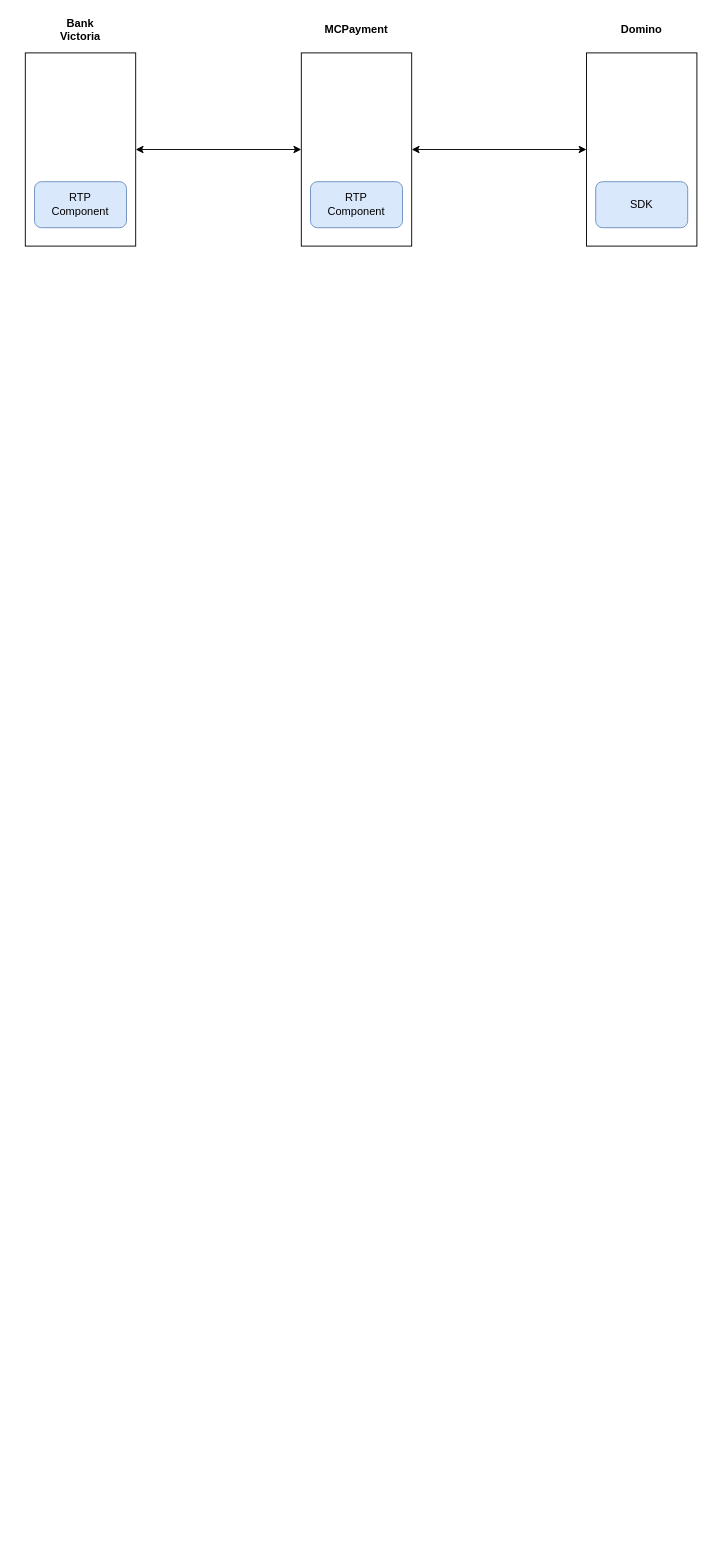
The draw.io diagram victoria-mcp.drawio in stephendaniel31/draw.io, before the edit. Source tidied: cells renumbered, new cells numbered last; positions are measured from the earlier drawing's top-left corner, leaving out a move shared by most shapes. Both pictures are drawn from the tidied source at 92%, with x=0, y=0 at pixel (25, 16).
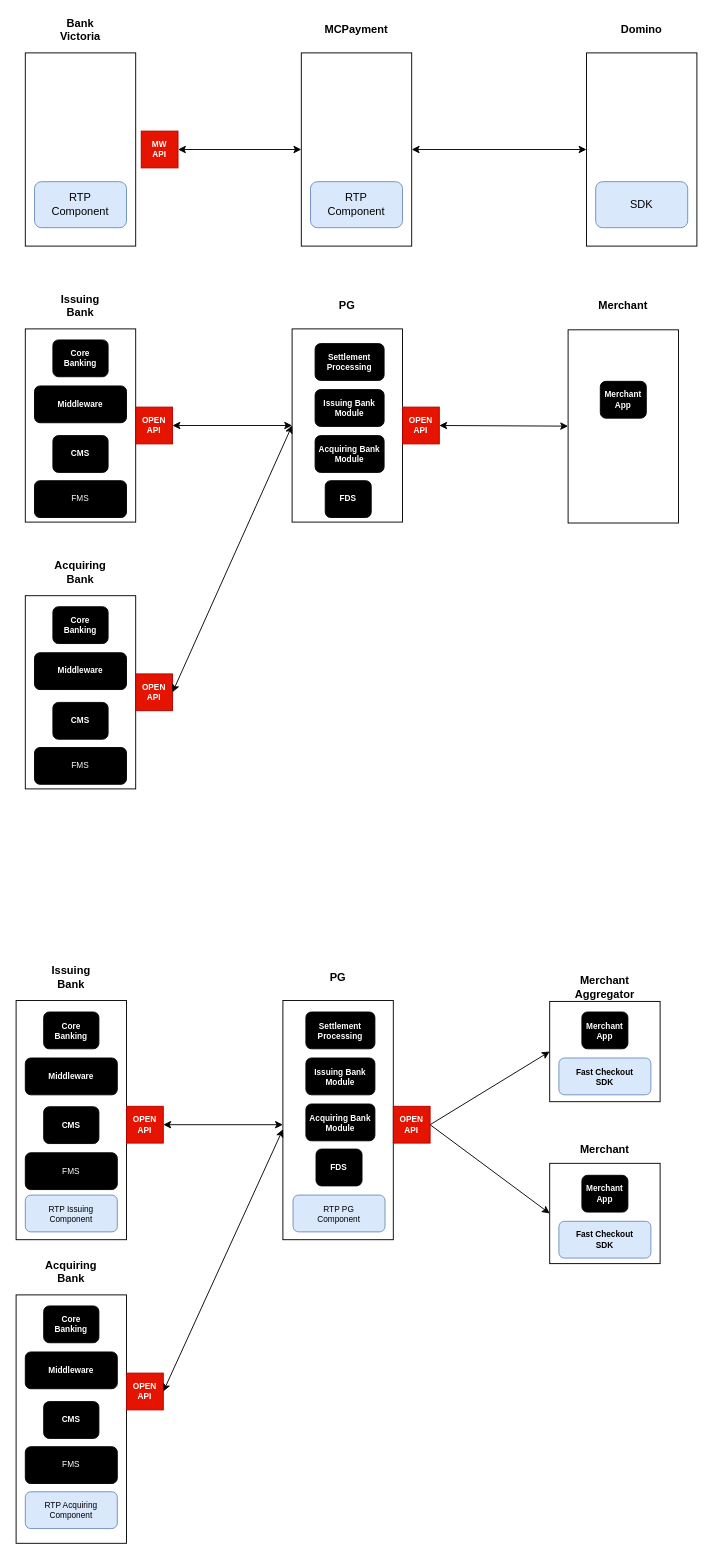
The same diagram, later.

Unchanged cells that the change refers to:
```xml
<mxCell id="2" style="rounded=0;whiteSpace=wrap;html=1;" parent="1" vertex="1">
  <mxGeometry y="40" width="120" height="210" as="geometry" />
</mxCell>
<mxCell id="4" style="rounded=0;whiteSpace=wrap;html=1;" parent="1" vertex="1">
  <mxGeometry x="300" y="40" width="120" height="210" as="geometry" />
</mxCell>
```

Change to the diagram source:
```diff
@@
-    <mxCell id="11" style="endArrow=classic;startArrow=classic;html=1;rounded=0;exitX=1;exitY=0.5;exitDx=0;exitDy=0;entryX=0;entryY=0.5;entryDx=0;entryDy=0;" parent="1" edge="1" source="2" target="4">
+    <mxCell id="11" style="endArrow=classic;startArrow=classic;html=1;rounded=0;exitX=1;exitY=0.5;exitDx=0;exitDy=0;entryX=0;entryY=0.5;entryDx=0;entryDy=0;" parent="1" edge="1" source="23" target="4">
       <mxGeometry relative="1" as="geometry" />
     </mxCell>
@@
+    <mxCell id="13" style="rounded=0;whiteSpace=wrap;html=1;" parent="1" vertex="1">
+      <mxGeometry y="340" width="120" height="210" as="geometry" />
+    </mxCell>
+    <mxCell id="14" value="Issuing&lt;br&gt;Bank" style="text;html=1;strokeColor=none;fillColor=none;align=center;verticalAlign=middle;whiteSpace=wrap;rounded=0;fontStyle=1;" parent="1" vertex="1">
+      <mxGeometry x="30" y="300" width="60" height="30" as="geometry" />
+    </mxCell>
+    <mxCell id="15" style="rounded=0;whiteSpace=wrap;html=1;" parent="1" vertex="1">
+      <mxGeometry x="290" y="340" width="120" height="210" as="geometry" />
+    </mxCell>
+    <mxCell id="16" value="PG" style="text;html=1;strokeColor=none;fillColor=none;align=center;verticalAlign=middle;whiteSpace=wrap;rounded=0;fontStyle=1;" parent="1" vertex="1">
+      <mxGeometry x="320" y="300" width="60" height="30" as="geometry" />
+    </mxCell>
+    <mxCell id="17" style="rounded=0;whiteSpace=wrap;html=1;" parent="1" vertex="1">
+      <mxGeometry x="590" y="341" width="120" height="210" as="geometry" />
+    </mxCell>
+    <mxCell id="18" value="Merchant" style="text;html=1;strokeColor=none;fillColor=none;align=center;verticalAlign=middle;whiteSpace=wrap;rounded=0;fontStyle=1;" parent="1" vertex="1">
+      <mxGeometry x="620" y="300" width="60" height="30" as="geometry" />
+    </mxCell>
+    <mxCell id="19" value="Core Banking" style="rounded=1;whiteSpace=wrap;html=1;fillColor=#000000;strokeColor=#000000;fontColor=#FFFFFF;fontSize=9;fontStyle=1;" parent="1" vertex="1">
+      <mxGeometry x="30" y="352" width="60" height="40" as="geometry" />
+    </mxCell>
+    <mxCell id="20" value="Middleware" style="rounded=1;whiteSpace=wrap;html=1;fillColor=#000000;strokeColor=#000000;fontColor=#FFFFFF;fontSize=9;fontStyle=1;" parent="1" vertex="1">
+      <mxGeometry x="10" y="402" width="100" height="40" as="geometry" />
+    </mxCell>
+    <mxCell id="21" value="Settlement&lt;br&gt;Processing" style="rounded=1;whiteSpace=wrap;html=1;fillColor=#000000;strokeColor=#000000;fontColor=#FFFFFF;fontSize=9;fontStyle=1;" parent="1" vertex="1">
+      <mxGeometry x="315" y="356" width="75" height="40" as="geometry" />
+    </mxCell>
+    <mxCell id="22" value="Merchant App" style="rounded=1;whiteSpace=wrap;html=1;fillColor=#000000;strokeColor=#000000;fontColor=#FFFFFF;fontSize=9;fontStyle=1;" parent="1" vertex="1">
+      <mxGeometry x="625" y="397" width="50" height="40" as="geometry" />
+    </mxCell>
+    <mxCell id="23" value="&lt;b&gt;MW&lt;br&gt;API&lt;/b&gt;" style="whiteSpace=wrap;html=1;fontFamily=Helvetica;fontSize=9;strokeColor=#B20000;fillColor=#e51400;fontColor=#ffffff;" parent="1" vertex="1">
+      <mxGeometry x="126" y="125" width="40" height="40" as="geometry" />
+    </mxCell>
+    <mxCell id="24" value="&lt;span style=&quot;font-weight: normal&quot;&gt;FMS&lt;/span&gt;" style="rounded=1;whiteSpace=wrap;html=1;fillColor=#000000;strokeColor=#000000;fontColor=#FFFFFF;fontSize=9;fontStyle=1;" parent="1" vertex="1">
+      <mxGeometry x="10" y="505" width="100" height="40" as="geometry" />
+    </mxCell>
+    <mxCell id="25" value="Issuing Bank Module" style="rounded=1;whiteSpace=wrap;html=1;fillColor=#000000;strokeColor=#000000;fontColor=#FFFFFF;fontSize=9;fontStyle=1;" parent="1" vertex="1">
+      <mxGeometry x="315" y="406" width="75" height="40" as="geometry" />
+    </mxCell>
+    <mxCell id="26" value="FDS" style="rounded=1;whiteSpace=wrap;html=1;fillColor=#000000;strokeColor=#000000;fontColor=#FFFFFF;fontSize=9;fontStyle=1;" parent="1" vertex="1">
+      <mxGeometry x="326" y="505" width="50" height="40" as="geometry" />
+    </mxCell>
+    <mxCell id="27" value="Acquiring Bank Module" style="rounded=1;whiteSpace=wrap;html=1;fillColor=#000000;strokeColor=#000000;fontColor=#FFFFFF;fontSize=9;fontStyle=1;" parent="1" vertex="1">
+      <mxGeometry x="315" y="456" width="75" height="40" as="geometry" />
+    </mxCell>
+    <mxCell id="28" value="CMS" style="rounded=1;whiteSpace=wrap;html=1;fillColor=#000000;strokeColor=#000000;fontColor=#FFFFFF;fontSize=9;fontStyle=1;" parent="1" vertex="1">
+      <mxGeometry x="30" y="456" width="60" height="40" as="geometry" />
+    </mxCell>
+    <mxCell id="29" value="&lt;b&gt;OPEN&lt;br&gt;API&lt;/b&gt;" style="whiteSpace=wrap;html=1;fontFamily=Helvetica;fontSize=9;strokeColor=#B20000;fillColor=#e51400;fontColor=#ffffff;" parent="1" vertex="1">
+      <mxGeometry x="120" y="425" width="40" height="40" as="geometry" />
+    </mxCell>
+    <mxCell id="30" style="endArrow=classic;startArrow=classic;html=1;rounded=0;fontFamily=Helvetica;fontSize=9;fontColor=#FFFFFF;exitX=1;exitY=0.5;exitDx=0;exitDy=0;entryX=0;entryY=0.5;entryDx=0;entryDy=0;" parent="1" edge="1" source="29" target="15">
+      <mxGeometry relative="1" as="geometry" />
+    </mxCell>
+    <mxCell id="31" value="&lt;b&gt;OPEN&lt;br&gt;API&lt;/b&gt;" style="whiteSpace=wrap;html=1;fontFamily=Helvetica;fontSize=9;strokeColor=#B20000;fillColor=#e51400;fontColor=#ffffff;" parent="1" vertex="1">
+      <mxGeometry x="410" y="425" width="40" height="40" as="geometry" />
+    </mxCell>
+    <mxCell id="32" style="endArrow=classic;startArrow=classic;html=1;rounded=0;fontFamily=Helvetica;fontSize=9;fontColor=#FFFFFF;exitX=1;exitY=0.5;exitDx=0;exitDy=0;" parent="1" edge="1" source="31" target="17">
+      <mxGeometry relative="1" as="geometry" />
+    </mxCell>
+    <mxCell id="33" style="rounded=0;whiteSpace=wrap;html=1;" parent="1" vertex="1">
+      <mxGeometry y="630" width="120" height="210" as="geometry" />
+    </mxCell>
+    <mxCell id="34" value="Acquiring&lt;br&gt;Bank" style="text;html=1;strokeColor=none;fillColor=none;align=center;verticalAlign=middle;whiteSpace=wrap;rounded=0;fontStyle=1;" parent="1" vertex="1">
+      <mxGeometry x="30" y="590" width="60" height="30" as="geometry" />
+    </mxCell>
+    <mxCell id="35" value="Core Banking" style="rounded=1;whiteSpace=wrap;html=1;fillColor=#000000;strokeColor=#000000;fontColor=#FFFFFF;fontSize=9;fontStyle=1;" parent="1" vertex="1">
+      <mxGeometry x="30" y="642" width="60" height="40" as="geometry" />
+    </mxCell>
+    <mxCell id="36" value="Middleware" style="rounded=1;whiteSpace=wrap;html=1;fillColor=#000000;strokeColor=#000000;fontColor=#FFFFFF;fontSize=9;fontStyle=1;" parent="1" vertex="1">
+      <mxGeometry x="10" y="692" width="100" height="40" as="geometry" />
+    </mxCell>
+    <mxCell id="37" value="&lt;span style=&quot;font-weight: normal&quot;&gt;FMS&lt;/span&gt;" style="rounded=1;whiteSpace=wrap;html=1;fillColor=#000000;strokeColor=#000000;fontColor=#FFFFFF;fontSize=9;fontStyle=1;" parent="1" vertex="1">
+      <mxGeometry x="10" y="795" width="100" height="40" as="geometry" />
+    </mxCell>
+    <mxCell id="38" value="CMS" style="rounded=1;whiteSpace=wrap;html=1;fillColor=#000000;strokeColor=#000000;fontColor=#FFFFFF;fontSize=9;fontStyle=1;" parent="1" vertex="1">
+      <mxGeometry x="30" y="746" width="60" height="40" as="geometry" />
+    </mxCell>
+    <mxCell id="39" value="&lt;b&gt;OPEN&lt;br&gt;API&lt;/b&gt;" style="whiteSpace=wrap;html=1;fontFamily=Helvetica;fontSize=9;strokeColor=#B20000;fillColor=#e51400;fontColor=#ffffff;" parent="1" vertex="1">
+      <mxGeometry x="120" y="715" width="40" height="40" as="geometry" />
+    </mxCell>
+    <mxCell id="40" style="endArrow=classic;startArrow=classic;html=1;rounded=0;fontFamily=Helvetica;fontSize=9;fontColor=#FFFFFF;entryX=0;entryY=0.5;entryDx=0;entryDy=0;exitX=1;exitY=0.5;exitDx=0;exitDy=0;" parent="1" edge="1" source="39" target="15">
+      <mxGeometry relative="1" as="geometry" />
+    </mxCell>
+    <mxCell id="41" style="rounded=0;whiteSpace=wrap;html=1;" parent="1" vertex="1">
+      <mxGeometry x="-10" y="1070" width="120" height="260" as="geometry" />
+    </mxCell>
+    <mxCell id="42" value="Issuing&lt;br&gt;Bank" style="text;html=1;strokeColor=none;fillColor=none;align=center;verticalAlign=middle;whiteSpace=wrap;rounded=0;fontStyle=1;" parent="1" vertex="1">
+      <mxGeometry x="20" y="1030" width="60" height="30" as="geometry" />
+    </mxCell>
+    <mxCell id="43" style="rounded=0;whiteSpace=wrap;html=1;" parent="1" vertex="1">
+      <mxGeometry x="280" y="1070" width="120" height="260" as="geometry" />
+    </mxCell>
+    <mxCell id="44" value="PG" style="text;html=1;strokeColor=none;fillColor=none;align=center;verticalAlign=middle;whiteSpace=wrap;rounded=0;fontStyle=1;" parent="1" vertex="1">
+      <mxGeometry x="310" y="1030" width="60" height="30" as="geometry" />
+    </mxCell>
+    <mxCell id="45" style="rounded=0;whiteSpace=wrap;html=1;" parent="1" vertex="1">
+      <mxGeometry x="570" y="1071" width="120" height="109" as="geometry" />
+    </mxCell>
+    <mxCell id="46" value="Merchant&lt;br&gt;Aggregator" style="text;html=1;strokeColor=none;fillColor=none;align=center;verticalAlign=middle;whiteSpace=wrap;rounded=0;fontStyle=1;" parent="1" vertex="1">
+      <mxGeometry x="600" y="1041" width="60" height="30" as="geometry" />
+    </mxCell>
+    <mxCell id="47" value="Core Banking" style="rounded=1;whiteSpace=wrap;html=1;fillColor=#000000;strokeColor=#000000;fontColor=#FFFFFF;fontSize=9;fontStyle=1;" parent="1" vertex="1">
+      <mxGeometry x="20" y="1082.5" width="60" height="40" as="geometry" />
+    </mxCell>
+    <mxCell id="48" value="Middleware" style="rounded=1;whiteSpace=wrap;html=1;fillColor=#000000;strokeColor=#000000;fontColor=#FFFFFF;fontSize=9;fontStyle=1;" parent="1" vertex="1">
+      <mxGeometry y="1132.5" width="100" height="40" as="geometry" />
+    </mxCell>
+    <mxCell id="49" value="Settlement&lt;br&gt;Processing" style="rounded=1;whiteSpace=wrap;html=1;fillColor=#000000;strokeColor=#000000;fontColor=#FFFFFF;fontSize=9;fontStyle=1;" parent="1" vertex="1">
+      <mxGeometry x="305" y="1082.5" width="75" height="40" as="geometry" />
+    </mxCell>
+    <mxCell id="50" value="Merchant App" style="rounded=1;whiteSpace=wrap;html=1;fillColor=#000000;strokeColor=#000000;fontColor=#FFFFFF;fontSize=9;fontStyle=1;" parent="1" vertex="1">
+      <mxGeometry x="605" y="1082.5" width="50" height="40" as="geometry" />
+    </mxCell>
+    <mxCell id="51" value="&lt;span style=&quot;font-weight: normal&quot;&gt;FMS&lt;/span&gt;" style="rounded=1;whiteSpace=wrap;html=1;fillColor=#000000;strokeColor=#000000;fontColor=#FFFFFF;fontSize=9;fontStyle=1;" parent="1" vertex="1">
+      <mxGeometry y="1235.5" width="100" height="40" as="geometry" />
+    </mxCell>
+    <mxCell id="52" value="Issuing Bank Module" style="rounded=1;whiteSpace=wrap;html=1;fillColor=#000000;strokeColor=#000000;fontColor=#FFFFFF;fontSize=9;fontStyle=1;" parent="1" vertex="1">
+      <mxGeometry x="305" y="1132.5" width="75" height="40" as="geometry" />
+    </mxCell>
+    <mxCell id="53" value="FDS" style="rounded=1;whiteSpace=wrap;html=1;fillColor=#000000;strokeColor=#000000;fontColor=#FFFFFF;fontSize=9;fontStyle=1;" parent="1" vertex="1">
+      <mxGeometry x="316" y="1231.5" width="50" height="40" as="geometry" />
+    </mxCell>
+    <mxCell id="54" value="Acquiring Bank Module" style="rounded=1;whiteSpace=wrap;html=1;fillColor=#000000;strokeColor=#000000;fontColor=#FFFFFF;fontSize=9;fontStyle=1;" parent="1" vertex="1">
+      <mxGeometry x="305" y="1182.5" width="75" height="40" as="geometry" />
+    </mxCell>
+    <mxCell id="55" value="CMS" style="rounded=1;whiteSpace=wrap;html=1;fillColor=#000000;strokeColor=#000000;fontColor=#FFFFFF;fontSize=9;fontStyle=1;" parent="1" vertex="1">
+      <mxGeometry x="20" y="1185.5" width="60" height="40" as="geometry" />
+    </mxCell>
+    <mxCell id="56" value="&lt;b&gt;OPEN&lt;br&gt;API&lt;/b&gt;" style="whiteSpace=wrap;html=1;fontFamily=Helvetica;fontSize=9;strokeColor=#B20000;fillColor=#e51400;fontColor=#ffffff;" parent="1" vertex="1">
+      <mxGeometry x="110" y="1185" width="40" height="40" as="geometry" />
+    </mxCell>
+    <mxCell id="57" style="endArrow=classic;startArrow=classic;html=1;rounded=0;fontFamily=Helvetica;fontSize=9;fontColor=#FFFFFF;exitX=1;exitY=0.5;exitDx=0;exitDy=0;" parent="1" edge="1" source="56">
+      <mxGeometry relative="1" as="geometry">
+        <mxPoint x="280" y="1205" as="targetPoint" />
+      </mxGeometry>
+    </mxCell>
+    <mxCell id="58" style="edgeStyle=none;rounded=0;jettySize=auto;html=1;exitX=1;exitY=0.5;exitDx=0;exitDy=0;entryX=0;entryY=0.5;entryDx=0;entryDy=0;fontFamily=Helvetica;fontSize=9;fontColor=#FFFFFF;" parent="1" edge="1" source="60" target="45">
+      <mxGeometry relative="1" as="geometry" />
+    </mxCell>
+    <mxCell id="59" style="edgeStyle=none;rounded=0;jettySize=auto;html=1;exitX=1;exitY=0.5;exitDx=0;exitDy=0;entryX=0;entryY=0.5;entryDx=0;entryDy=0;fontFamily=Helvetica;fontSize=9;fontColor=#FFFFFF;" parent="1" edge="1" source="60" target="69">
+      <mxGeometry relative="1" as="geometry" />
+    </mxCell>
+    <mxCell id="60" value="&lt;b&gt;OPEN&lt;br&gt;API&lt;/b&gt;" style="whiteSpace=wrap;html=1;fontFamily=Helvetica;fontSize=9;strokeColor=#B20000;fillColor=#e51400;fontColor=#ffffff;" parent="1" vertex="1">
+      <mxGeometry x="400" y="1185" width="40" height="40" as="geometry" />
+    </mxCell>
+    <mxCell id="61" style="rounded=0;whiteSpace=wrap;html=1;" parent="1" vertex="1">
+      <mxGeometry x="-10" y="1390" width="120" height="270" as="geometry" />
+    </mxCell>
+    <mxCell id="62" value="Acquiring&lt;br&gt;Bank" style="text;html=1;strokeColor=none;fillColor=none;align=center;verticalAlign=middle;whiteSpace=wrap;rounded=0;fontStyle=1;" parent="1" vertex="1">
+      <mxGeometry x="20" y="1350" width="60" height="30" as="geometry" />
+    </mxCell>
+    <mxCell id="63" value="Core Banking" style="rounded=1;whiteSpace=wrap;html=1;fillColor=#000000;strokeColor=#000000;fontColor=#FFFFFF;fontSize=9;fontStyle=1;" parent="1" vertex="1">
+      <mxGeometry x="20" y="1402" width="60" height="40" as="geometry" />
+    </mxCell>
+    <mxCell id="64" value="Middleware" style="rounded=1;whiteSpace=wrap;html=1;fillColor=#000000;strokeColor=#000000;fontColor=#FFFFFF;fontSize=9;fontStyle=1;" parent="1" vertex="1">
+      <mxGeometry y="1452" width="100" height="40" as="geometry" />
+    </mxCell>
+    <mxCell id="65" value="&lt;span style=&quot;font-weight: normal&quot;&gt;FMS&lt;/span&gt;" style="rounded=1;whiteSpace=wrap;html=1;fillColor=#000000;strokeColor=#000000;fontColor=#FFFFFF;fontSize=9;fontStyle=1;" parent="1" vertex="1">
+      <mxGeometry y="1555" width="100" height="40" as="geometry" />
+    </mxCell>
+    <mxCell id="66" value="CMS" style="rounded=1;whiteSpace=wrap;html=1;fillColor=#000000;strokeColor=#000000;fontColor=#FFFFFF;fontSize=9;fontStyle=1;" parent="1" vertex="1">
+      <mxGeometry x="20" y="1506" width="60" height="40" as="geometry" />
+    </mxCell>
+    <mxCell id="67" value="&lt;b&gt;OPEN&lt;br&gt;API&lt;/b&gt;" style="whiteSpace=wrap;html=1;fontFamily=Helvetica;fontSize=9;strokeColor=#B20000;fillColor=#e51400;fontColor=#ffffff;" parent="1" vertex="1">
+      <mxGeometry x="110" y="1475" width="40" height="40" as="geometry" />
+    </mxCell>
+    <mxCell id="68" style="endArrow=classic;startArrow=classic;html=1;rounded=0;fontFamily=Helvetica;fontSize=9;fontColor=#FFFFFF;exitX=1;exitY=0.5;exitDx=0;exitDy=0;" parent="1" edge="1" source="67">
+      <mxGeometry relative="1" as="geometry">
+        <mxPoint x="280" y="1210" as="targetPoint" />
+      </mxGeometry>
+    </mxCell>
+    <mxCell id="69" style="rounded=0;whiteSpace=wrap;html=1;" parent="1" vertex="1">
+      <mxGeometry x="570" y="1247" width="120" height="109" as="geometry" />
+    </mxCell>
+    <mxCell id="70" value="Merchant" style="text;html=1;strokeColor=none;fillColor=none;align=center;verticalAlign=middle;whiteSpace=wrap;rounded=0;fontStyle=1;" parent="1" vertex="1">
+      <mxGeometry x="600" y="1217" width="60" height="30" as="geometry" />
+    </mxCell>
+    <mxCell id="71" value="Merchant App" style="rounded=1;whiteSpace=wrap;html=1;fillColor=#000000;strokeColor=#000000;fontColor=#FFFFFF;fontSize=9;fontStyle=1;" parent="1" vertex="1">
+      <mxGeometry x="605" y="1260" width="50" height="40" as="geometry" />
+    </mxCell>
+    <mxCell id="72" value="&lt;span style=&quot;font-weight: normal&quot;&gt;RTP Issuing&lt;br&gt;Component&lt;/span&gt;" style="rounded=1;whiteSpace=wrap;html=1;fillColor=#dae8fc;strokeColor=#6c8ebf;fontSize=9;fontStyle=1;" parent="1" vertex="1">
+      <mxGeometry y="1281.5" width="100" height="40" as="geometry" />
+    </mxCell>
+    <mxCell id="73" value="&lt;span style=&quot;font-weight: normal&quot;&gt;RTP PG&lt;br&gt;Component&lt;/span&gt;" style="rounded=1;whiteSpace=wrap;html=1;fillColor=#dae8fc;strokeColor=#6c8ebf;fontSize=9;fontStyle=1;" parent="1" vertex="1">
+      <mxGeometry x="291" y="1281.5" width="100" height="40" as="geometry" />
+    </mxCell>
+    <mxCell id="74" value="Fast Checkout&lt;br&gt;SDK" style="rounded=1;whiteSpace=wrap;html=1;fillColor=#dae8fc;strokeColor=#6c8ebf;fontSize=9;fontStyle=1;" parent="1" vertex="1">
+      <mxGeometry x="580" y="1132.5" width="100" height="40" as="geometry" />
+    </mxCell>
+    <mxCell id="75" value="Fast Checkout&lt;br&gt;SDK" style="rounded=1;whiteSpace=wrap;html=1;fillColor=#dae8fc;strokeColor=#6c8ebf;fontSize=9;fontStyle=1;" parent="1" vertex="1">
+      <mxGeometry x="580" y="1310" width="100" height="40" as="geometry" />
+    </mxCell>
+    <mxCell id="76" value="&lt;span style=&quot;font-weight: normal&quot;&gt;RTP Acquiring&lt;br&gt;Component&lt;/span&gt;" style="rounded=1;whiteSpace=wrap;html=1;fillColor=#dae8fc;strokeColor=#6c8ebf;fontSize=9;fontStyle=1;" parent="1" vertex="1">
+      <mxGeometry y="1604" width="100" height="40" as="geometry" />
+    </mxCell>
```
